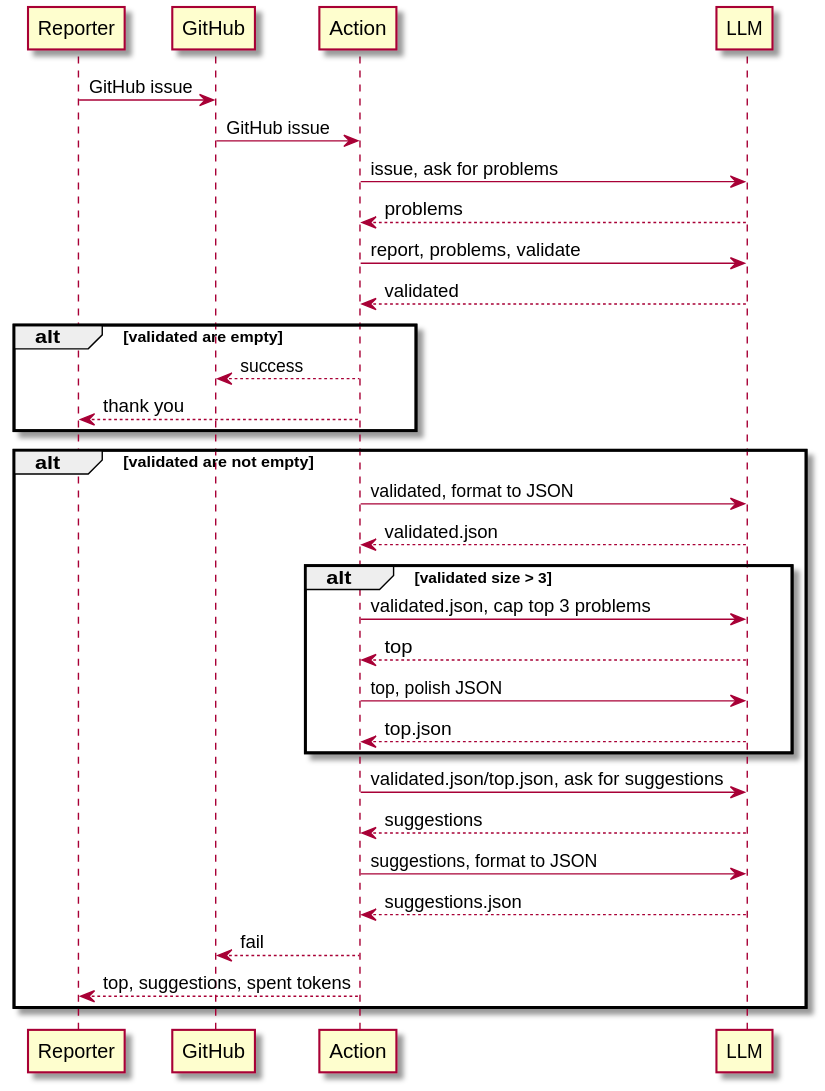
Earlier version of the PlantUML export doc/method.svg (tracehubpm/reports-check-action). Source of this version:
```plantuml
@startuml
participant Reporter as reporter
participant GitHub as github
participant Action as action
participant LLM as llm

reporter -> github: GitHub issue
github -> action: GitHub issue
action -> llm: issue, ask for problems
llm --> action: problems
action -> llm: report, problems, validate
llm --> action: validated
alt validated are empty
  action --> github: success
  action --> reporter: thank you
end
alt validated are not empty
  action -> llm: validated, format to JSON
  llm --> action: validated.json
  alt validated size > 3
    action -> llm: validated.json, cap top 3 problems
    llm --> action: top
    action -> llm: top, polish JSON
    llm --> action: top.json
  end
  action -> llm: validated.json/top.json, ask for suggestions
  llm --> action: suggestions
  action -> llm: suggestions, format to JSON
  llm --> action: suggestions.json
  action --> github: fail
  action --> reporter: top, suggestions, spent tokens
end
@enduml
```
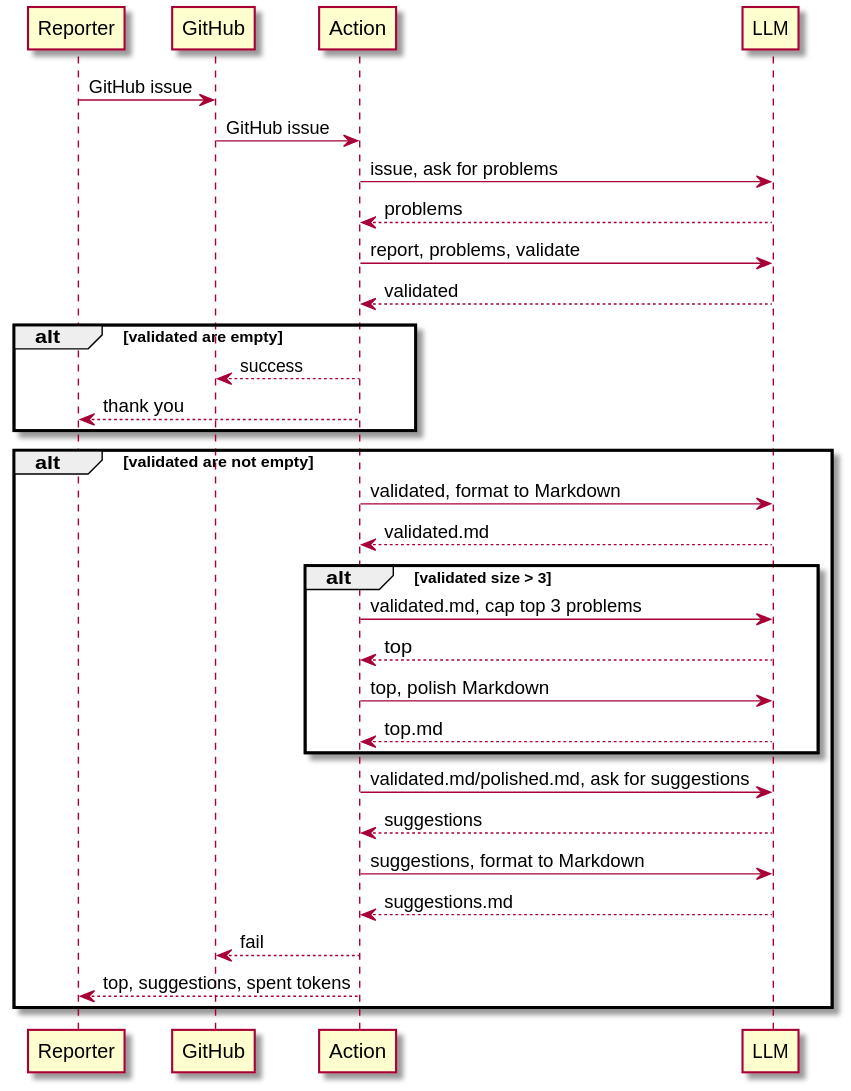
The same file after the commit.

Commit message:
Diagram generated

Diff of the diagram source:
```diff
@@ -15,18 +15,18 @@
   action --> reporter: thank you
 end
 alt validated are not empty
-  action -> llm: validated, format to JSON
-  llm --> action: validated.json
+  action -> llm: validated, format to Markdown
+  llm --> action: validated.md
   alt validated size > 3
-    action -> llm: validated.json, cap top 3 problems
+    action -> llm: validated.md, cap top 3 problems
     llm --> action: top
-    action -> llm: top, polish JSON
-    llm --> action: top.json
+    action -> llm: top, polish Markdown
+    llm --> action: top.md
   end
-  action -> llm: validated.json/top.json, ask for suggestions
+  action -> llm: validated.md/polished.md, ask for suggestions
   llm --> action: suggestions
-  action -> llm: suggestions, format to JSON
-  llm --> action: suggestions.json
+  action -> llm: suggestions, format to Markdown
+  llm --> action: suggestions.md
   action --> github: fail
   action --> reporter: top, suggestions, spent tokens
 end
```
